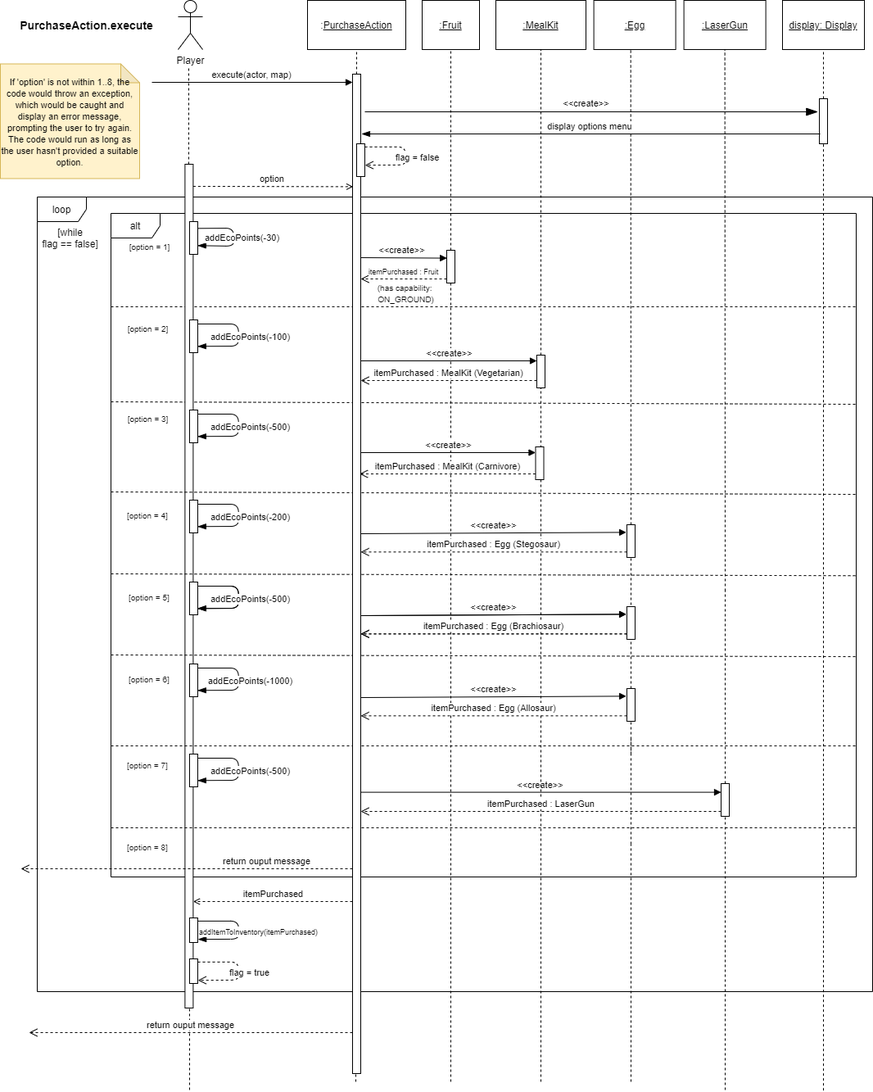
Earlier version of the draw.io export assignment_workings/PurchaseAction.execute.png (mltw/fit2099-jurassic-park-2021). Source tidied: cells renumbered, new cells last; positions are measured from the earlier drawing's top-left corner, leaving out a move shared by most shapes.
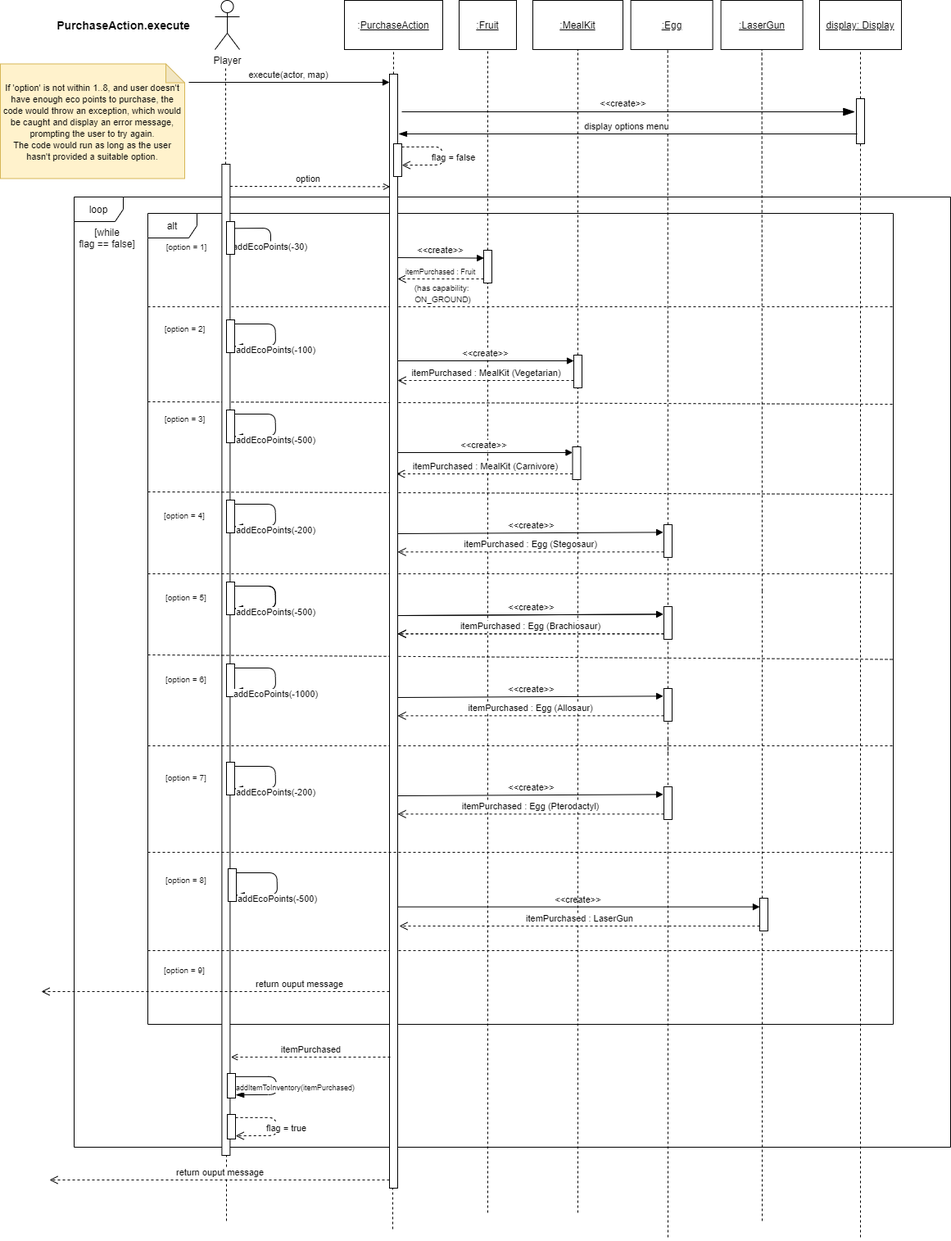
The same diagram one commit later.

Commit message:
update PurchaseAction.execute sequence diagram

What changed in the source:
```diff
@@ -3,10 +3,10 @@
     <mxCell id="0" />
     <mxCell id="1" parent="0" />
     <mxCell id="2" value="loop" style="shape=umlFrame;whiteSpace=wrap;html=1;" parent="1" vertex="1">
-      <mxGeometry x="45" y="240" width="1020" height="970" as="geometry" />
+      <mxGeometry x="45" y="240" width="1070" height="1160" as="geometry" />
     </mxCell>
     <mxCell id="3" value="alt" style="shape=umlFrame;whiteSpace=wrap;html=1;" parent="1" vertex="1">
-      <mxGeometry x="135" y="260" width="910" height="810" as="geometry" />
+      <mxGeometry x="135" y="260" width="910" height="990" as="geometry" />
     </mxCell>
     <mxCell id="4" value="Player" style="shape=umlActor;verticalLabelPosition=bottom;verticalAlign=top;html=1;" parent="1" vertex="1">
       <mxGeometry x="217" width="30" height="60" as="geometry" />
@@ -60,12 +60,12 @@
     </mxCell>
     <mxCell id="16" style="endArrow=none;dashed=1;html=1;" parent="1" edge="1" target="15">
       <mxGeometry relative="1" as="geometry">
-        <mxPoint x="550" y="1320" as="sourcePoint" />
+        <mxPoint x="550" y="1480" as="sourcePoint" />
       </mxGeometry>
     </mxCell>
     <mxCell id="17" style="endArrow=none;dashed=1;html=1;" parent="1" edge="1">
       <mxGeometry relative="1" as="geometry">
-        <mxPoint x="231" y="1330" as="sourcePoint" />
+        <mxPoint x="231" y="1490" as="sourcePoint" />
         <mxPoint x="231" y="1130" as="targetPoint" />
       </mxGeometry>
     </mxCell>
@@ -73,7 +73,7 @@
       <mxGeometry x="145" y="390" width="70" height="20" as="geometry" />
     </mxCell>
     <mxCell id="19" style="html=1;points=[];perimeter=orthogonalPerimeter;" parent="1" vertex="1">
-      <mxGeometry x="225.4" y="200" width="10" height="1030" as="geometry" />
+      <mxGeometry x="225.4" y="200" width="10" height="1210" as="geometry" />
     </mxCell>
     <mxCell id="20" style="endArrow=none;dashed=1;html=1;startArrow=none;" parent="1" edge="1" source="22" target="40">
       <mxGeometry relative="1" as="geometry" />
@@ -116,13 +116,14 @@
     </mxCell>
     <mxCell id="29" style="endArrow=none;dashed=1;html=1;" parent="1" edge="1">
       <mxGeometry relative="1" as="geometry">
-        <mxPoint x="135" y="1010" as="sourcePoint" />
-        <mxPoint x="1045" y="1010" as="targetPoint" />
+        <mxPoint x="135" y="1160" as="sourcePoint" />
+        <mxPoint x="1045" y="1160" as="targetPoint" />
       </mxGeometry>
     </mxCell>
-    <mxCell id="30" style="endArrow=none;dashed=1;html=1;entryX=1;entryY=0.546;entryDx=0;entryDy=0;entryPerimeter=0;" parent="1" edge="1" target="3">
+    <mxCell id="30" style="endArrow=none;dashed=1;html=1;" parent="1" edge="1">
       <mxGeometry relative="1" as="geometry">
         <mxPoint x="135" y="700" as="sourcePoint" />
+        <mxPoint x="1045" y="700" as="targetPoint" />
       </mxGeometry>
     </mxCell>
     <mxCell id="31" value="&lt;span style=&quot;color: rgb(0 , 0 , 0) ; font-family: &amp;#34;helvetica&amp;#34; ; font-size: 10px ; font-style: normal ; font-weight: 400 ; letter-spacing: normal ; text-align: center ; text-indent: 0px ; text-transform: none ; word-spacing: 0px ; background-color: rgb(255 , 255 , 255) ; display: inline ; float: none&quot;&gt;[option = 5]&lt;/span&gt;" style="text;whiteSpace=wrap;html=1;" parent="1" vertex="1">
@@ -140,12 +141,12 @@
     </mxCell>
     <mxCell id="34" value="&amp;lt;&amp;lt;create&amp;gt;&amp;gt;" style="html=1;verticalAlign=bottom;endArrow=block;" parent="1" edge="1" target="90">
       <mxGeometry relative="1" as="geometry">
-        <mxPoint x="438.1" y="966.6" as="sourcePoint" />
+        <mxPoint x="440.1" y="1106.6" as="sourcePoint" />
       </mxGeometry>
     </mxCell>
     <mxCell id="35" style="endArrow=none;dashed=1;html=1;" parent="1" edge="1">
       <mxGeometry relative="1" as="geometry">
-        <mxPoint x="434" y="1320" as="sourcePoint" />
+        <mxPoint x="434" y="1500" as="sourcePoint" />
         <mxPoint x="434" y="1140" as="targetPoint" />
       </mxGeometry>
     </mxCell>
@@ -163,7 +164,7 @@
     </mxCell>
     <mxCell id="39" style="endArrow=none;dashed=1;html=1;entryX=0.5;entryY=1;entryDx=0;entryDy=0;startArrow=none;" parent="1" edge="1">
       <mxGeometry relative="1" as="geometry">
-        <mxPoint x="770" y="1320" as="sourcePoint" />
+        <mxPoint x="770" y="1510" as="sourcePoint" />
         <mxPoint x="770" y="1030" as="targetPoint" />
       </mxGeometry>
     </mxCell>
@@ -172,7 +173,7 @@
     </mxCell>
     <mxCell id="41" style="endArrow=none;dashed=1;html=1;" parent="1" edge="1">
       <mxGeometry relative="1" as="geometry">
-        <mxPoint x="660" y="1320" as="sourcePoint" />
+        <mxPoint x="660" y="1480" as="sourcePoint" />
         <mxPoint x="660" y="560" as="targetPoint" />
       </mxGeometry>
     </mxCell>
@@ -318,7 +319,7 @@
         <mxPoint x="440" y="773.3" as="targetPoint" />
       </mxGeometry>
     </mxCell>
-    <mxCell id="71" style="endArrow=none;dashed=1;html=1;entryX=1.001;entryY=0.668;entryDx=0;entryDy=0;entryPerimeter=0;" parent="1" edge="1" target="3">
+    <mxCell id="71" style="endArrow=none;dashed=1;html=1;entryX=0.999;entryY=0.55;entryDx=0;entryDy=0;entryPerimeter=0;" parent="1" edge="1" target="3">
       <mxGeometry relative="1" as="geometry">
         <mxPoint x="135" y="799" as="sourcePoint" />
       </mxGeometry>
@@ -391,11 +392,11 @@
         <mxPoint x="770" y="920" as="sourcePoint" />
       </mxGeometry>
     </mxCell>
-    <mxCell id="86" value="&lt;span style=&quot;font-family: &amp;#34;helvetica&amp;#34; ; font-size: 10px ; text-align: center&quot;&gt;[option = 7]&lt;/span&gt;" style="text;whiteSpace=wrap;html=1;" parent="1" vertex="1">
-      <mxGeometry x="153" y="920" width="54" height="30" as="geometry" />
+    <mxCell id="86" value="&lt;span style=&quot;font-family: &amp;#34;helvetica&amp;#34; ; font-size: 10px ; text-align: center&quot;&gt;[option = 8]&lt;/span&gt;" style="text;whiteSpace=wrap;html=1;" parent="1" vertex="1">
+      <mxGeometry x="155" y="1060" width="54" height="30" as="geometry" />
     </mxCell>
     <mxCell id="87" style="group;" parent="1" vertex="1">
-      <mxGeometry x="231" y="920" width="60" height="40" as="geometry" />
+      <mxGeometry x="233" y="1060" width="60" height="40" as="geometry" />
     </mxCell>
     <mxCell id="88" style="html=1;points=[];perimeter=orthogonalPerimeter;" parent="87" vertex="1">
       <mxGeometry width="10" height="40" as="geometry" />
@@ -410,62 +411,24 @@
       </mxGeometry>
     </mxCell>
     <mxCell id="90" style="html=1;points=[];perimeter=orthogonalPerimeter;" parent="1" vertex="1">
-      <mxGeometry x="880" y="956" width="10" height="40" as="geometry" />
+      <mxGeometry x="882" y="1096" width="10" height="40" as="geometry" />
     </mxCell>
     <mxCell id="91" style="endArrow=none;dashed=1;html=1;startArrow=none;" parent="1" edge="1" target="90">
       <mxGeometry relative="1" as="geometry">
-        <mxPoint x="885" y="1330" as="sourcePoint" />
+        <mxPoint x="885" y="1490" as="sourcePoint" />
       </mxGeometry>
     </mxCell>
-    <mxCell id="92" value="itemPurchased : LaserGun" style="html=1;verticalAlign=bottom;endArrow=open;dashed=1;endSize=8;" parent="1" edge="1" target="107">
+    <mxCell id="92" value="itemPurchased : LaserGun" style="html=1;verticalAlign=bottom;endArrow=open;dashed=1;endSize=8;" parent="1" edge="1">
       <mxGeometry relative="1" as="geometry">
-        <mxPoint x="880" y="990" as="sourcePoint" />
+        <mxPoint x="882" y="1130" as="sourcePoint" />
+        <mxPoint x="442" y="1130" as="targetPoint" />
       </mxGeometry>
     </mxCell>
-    <mxCell id="93" value="&lt;span style=&quot;font-family: &amp;#34;helvetica&amp;#34; ; font-size: 10px ; text-align: center&quot;&gt;[option = 8]&lt;/span&gt;" style="text;whiteSpace=wrap;html=1;" parent="1" vertex="1">
-      <mxGeometry x="153" y="1020" width="54" height="30" as="geometry" />
+    <mxCell id="93" value="&lt;span style=&quot;font-family: &amp;#34;helvetica&amp;#34; ; font-size: 10px ; text-align: center&quot;&gt;[option = 9]&lt;/span&gt;" style="text;whiteSpace=wrap;html=1;" parent="1" vertex="1">
+      <mxGeometry x="153" y="1170" width="54" height="30" as="geometry" />
     </mxCell>
-    <mxCell id="94" style="group;" parent="1" vertex="1">
-      <mxGeometry x="231" y="1120" width="60" height="30" as="geometry" />
-    </mxCell>
-    <mxCell id="95" style="html=1;perimeter=orthogonalPerimeter;" parent="94" vertex="1">
-      <mxGeometry width="10" height="30" as="geometry" />
-    </mxCell>
-    <mxCell id="96" value="&lt;font style=&quot;font-size: 9px&quot;&gt;addItemToInventory(itemPurchased)&lt;/font&gt;" style="html=1;verticalAlign=bottom;endArrow=blockThin;endSize=8;entryX=0.983;entryY=0.807;entryDx=0;entryDy=0;entryPerimeter=0;endFill=1;" parent="94" edge="1">
-      <mxGeometry x="0.18" y="24" relative="1" as="geometry">
-        <mxPoint x="10" y="3.9" as="sourcePoint" />
-        <mxPoint x="10.2" y="26.1" as="targetPoint" />
-        <Array as="points">
-          <mxPoint x="60" y="3.9" />
-          <mxPoint x="60" y="25.9" />
-        </Array>
-        <mxPoint x="24" y="-24" as="offset" />
-      </mxGeometry>
-    </mxCell>
-    <mxCell id="97" style="group;" parent="1" vertex="1">
-      <mxGeometry x="231" y="1170" width="60" height="30" as="geometry" />
-    </mxCell>
-    <mxCell id="98" style="html=1;perimeter=orthogonalPerimeter;" parent="97" vertex="1">
-      <mxGeometry width="10" height="30" as="geometry" />
-    </mxCell>
-    <mxCell id="99" value="&lt;font style=&quot;font-size: 11px&quot;&gt;flag = true&lt;/font&gt;" style="html=1;verticalAlign=bottom;endArrow=open;endSize=8;entryX=0.983;entryY=0.807;entryDx=0;entryDy=0;entryPerimeter=0;endFill=0;dashed=1;" parent="97" edge="1">
-      <mxGeometry x="0.18" y="13" relative="1" as="geometry">
-        <mxPoint x="10" y="3.9" as="sourcePoint" />
-        <mxPoint x="10.2" y="26.1" as="targetPoint" />
-        <Array as="points">
-          <mxPoint x="60" y="3.9" />
-          <mxPoint x="60" y="25.9" />
-        </Array>
-        <mxPoint x="13" y="-13" as="offset" />
-      </mxGeometry>
-    </mxCell>
-    <mxCell id="100" value="itemPurchased" style="html=1;verticalAlign=bottom;endArrow=open;endFill=0;dashed=1;" parent="1" edge="1" target="19">
-      <mxGeometry relative="1" as="geometry">
-        <mxPoint x="430" y="1100" as="sourcePoint" />
-      </mxGeometry>
-    </mxCell>
-    <mxCell id="101" value="&lt;font style=&quot;font-size: 11px&quot;&gt;If 'option' is not within 1..8, the code would throw an exception, which would be caught and display an error message, prompting the user to try again.&lt;br&gt;The code would run as long as the user hasn't provided a suitable option.&lt;br&gt;&lt;/font&gt;" style="shape=note;whiteSpace=wrap;html=1;backgroundOutline=1;darkOpacity=0.05;fillColor=#fff2cc;strokeColor=#d6b656;size=23;" parent="1" vertex="1">
-      <mxGeometry y="77.5" width="170" height="140" as="geometry" />
+    <mxCell id="101" value="&lt;font style=&quot;font-size: 11px&quot;&gt;If 'option' is not within 1..8, and user doesn't have enough eco points to purchase, the code would throw an exception, which would be caught and display an error message, prompting the user to try again.&lt;br&gt;The code would run as long as the user hasn't provided a suitable option.&lt;br&gt;&lt;/font&gt;" style="shape=note;whiteSpace=wrap;html=1;backgroundOutline=1;darkOpacity=0.05;fillColor=#fff2cc;strokeColor=#d6b656;size=23;" parent="1" vertex="1">
+      <mxGeometry x="-45" y="77.5" width="225" height="140" as="geometry" />
     </mxCell>
     <mxCell id="102" value="&lt;font style=&quot;font-size: 10px&quot;&gt;(has capability: &lt;br&gt;ON_GROUND)&lt;/font&gt;" style="text;html=1;align=center;verticalAlign=middle;strokeColor=none;" parent="1" vertex="1">
       <mxGeometry x="455" y="342" width="80" height="30" as="geometry" />
@@ -481,11 +444,11 @@
     </mxCell>
     <mxCell id="106" style="endArrow=none;dashed=1;html=1;startArrow=none;" parent="1" edge="1" target="105">
       <mxGeometry relative="1" as="geometry">
-        <mxPoint x="1005" y="1330.7" as="sourcePoint" />
+        <mxPoint x="1005" y="1510" as="sourcePoint" />
       </mxGeometry>
     </mxCell>
     <mxCell id="107" style="html=1;points=[];perimeter=orthogonalPerimeter;" parent="1" vertex="1">
-      <mxGeometry x="430" y="90" width="10" height="1220" as="geometry" />
+      <mxGeometry x="430" y="90" width="10" height="1360" as="geometry" />
     </mxCell>
     <mxCell id="108" style="group;" parent="1" vertex="1">
       <mxGeometry x="435" y="175" width="60" height="40" as="geometry" />
@@ -506,8 +469,8 @@
     </mxCell>
     <mxCell id="111" value="return ouput message" style="html=1;verticalAlign=bottom;endArrow=open;dashed=1;endSize=8;" parent="1" edge="1">
       <mxGeometry relative="1" as="geometry">
-        <mxPoint x="430" y="1260" as="sourcePoint" />
-        <mxPoint x="35" y="1260" as="targetPoint" />
+        <mxPoint x="430" y="1440" as="sourcePoint" />
+        <mxPoint x="15" y="1440" as="targetPoint" />
       </mxGeometry>
     </mxCell>
     <mxCell id="112" value="&lt;span style=&quot;font-family: &amp;#34;helvetica&amp;#34;&quot;&gt;execute(actor, map&lt;/span&gt;&lt;span style=&quot;font-family: &amp;#34;helvetica&amp;#34;&quot;&gt;)&amp;nbsp;&lt;/span&gt;" style="html=1;verticalAlign=bottom;endArrow=block;" parent="1" edge="1">
@@ -530,9 +493,88 @@
     </mxCell>
     <mxCell id="115" value="return ouput message" style="html=1;verticalAlign=bottom;endArrow=open;dashed=1;endSize=8;" parent="1" edge="1">
       <mxGeometry x="-0.48" relative="1" as="geometry">
-        <mxPoint x="430" y="1060" as="sourcePoint" />
-        <mxPoint x="25" y="1060" as="targetPoint" />
+        <mxPoint x="430" y="1210" as="sourcePoint" />
+        <mxPoint x="5" y="1210" as="targetPoint" />
       </mxGeometry>
     </mxCell>
+    <mxCell id="116" style="group;" parent="1" vertex="1">
+      <mxGeometry x="232" y="1310" width="60" height="30" as="geometry" />
+    </mxCell>
+    <mxCell id="117" style="html=1;perimeter=orthogonalPerimeter;" parent="116" vertex="1">
+      <mxGeometry width="10" height="30" as="geometry" />
+    </mxCell>
+    <mxCell id="96" value="&lt;font style=&quot;font-size: 9px&quot;&gt;addItemToInventory(itemPurchased)&lt;/font&gt;" style="html=1;verticalAlign=bottom;endArrow=blockThin;endSize=8;entryX=0.983;entryY=0.807;entryDx=0;entryDy=0;entryPerimeter=0;endFill=1;" parent="116" edge="1">
+      <mxGeometry x="0.18" y="24" relative="1" as="geometry">
+        <mxPoint x="10" y="3.9" as="sourcePoint" />
+        <mxPoint x="10.2" y="26.1" as="targetPoint" />
+        <Array as="points">
+          <mxPoint x="60" y="3.9" />
+          <mxPoint x="60" y="25.9" />
+        </Array>
+        <mxPoint x="24" y="-24" as="offset" />
+      </mxGeometry>
+    </mxCell>
+    <mxCell id="118" style="group;" parent="1" vertex="1">
+      <mxGeometry x="232" y="1360" width="60" height="30" as="geometry" />
+    </mxCell>
+    <mxCell id="119" style="html=1;perimeter=orthogonalPerimeter;" parent="118" vertex="1">
+      <mxGeometry width="10" height="30" as="geometry" />
+    </mxCell>
+    <mxCell id="99" value="&lt;font style=&quot;font-size: 11px&quot;&gt;flag = true&lt;/font&gt;" style="html=1;verticalAlign=bottom;endArrow=open;endSize=8;entryX=0.983;entryY=0.807;entryDx=0;entryDy=0;entryPerimeter=0;endFill=0;dashed=1;" parent="118" edge="1">
+      <mxGeometry x="0.18" y="13" relative="1" as="geometry">
+        <mxPoint x="10" y="3.9" as="sourcePoint" />
+        <mxPoint x="10.2" y="26.1" as="targetPoint" />
+        <Array as="points">
+          <mxPoint x="60" y="3.9" />
+          <mxPoint x="60" y="25.9" />
+        </Array>
+        <mxPoint x="13" y="-13" as="offset" />
+      </mxGeometry>
+    </mxCell>
+    <mxCell id="100" value="itemPurchased" style="html=1;verticalAlign=bottom;endArrow=open;endFill=0;dashed=1;" parent="1" edge="1">
+      <mxGeometry relative="1" as="geometry">
+        <mxPoint x="431" y="1290" as="sourcePoint" />
+        <mxPoint x="236.4" y="1290" as="targetPoint" />
+      </mxGeometry>
+    </mxCell>
+    <mxCell id="120" style="endArrow=none;dashed=1;html=1;" parent="1" edge="1">
+      <mxGeometry relative="1" as="geometry">
+        <mxPoint x="135" y="1040" as="sourcePoint" />
+        <mxPoint x="1045" y="1040" as="targetPoint" />
+      </mxGeometry>
+    </mxCell>
+    <mxCell id="121" value="&lt;span style=&quot;color: rgb(0 , 0 , 0) ; font-family: &amp;#34;helvetica&amp;#34; ; font-size: 10px ; font-style: normal ; font-weight: 400 ; letter-spacing: normal ; text-align: center ; text-indent: 0px ; text-transform: none ; word-spacing: 0px ; background-color: rgb(255 , 255 , 255) ; display: inline ; float: none&quot;&gt;[option = 7]&lt;/span&gt;" style="text;whiteSpace=wrap;html=1;" parent="1" vertex="1">
+      <mxGeometry x="155" y="935" width="54" height="30" as="geometry" />
+    </mxCell>
+    <mxCell id="122" style="group;" parent="1" vertex="1">
+      <mxGeometry x="231" y="930" width="60" height="40" as="geometry" />
+    </mxCell>
+    <mxCell id="123" style="html=1;points=[];perimeter=orthogonalPerimeter;" parent="122" vertex="1">
+      <mxGeometry width="10" height="40" as="geometry" />
+    </mxCell>
+    <mxCell id="124" value="addEcoPoints(-200)" style="html=1;verticalAlign=bottom;endArrow=blockThin;endSize=8;entryX=0.983;entryY=0.807;entryDx=0;entryDy=0;entryPerimeter=0;endFill=1;" parent="122" edge="1" target="123">
+      <mxGeometry x="0.18" y="14" relative="1" as="geometry">
+        <mxPoint x="9.6" y="5" as="sourcePoint" />
+        <Array as="points">
+          <mxPoint x="59.6" y="5" />
+          <mxPoint x="60" y="32" />
+        </Array>
+      </mxGeometry>
+    </mxCell>
+    <mxCell id="125" value="&amp;lt;&amp;lt;create&amp;gt;&amp;gt;" style="html=1;verticalAlign=bottom;endArrow=block;entryX=-0.081;entryY=0.584;entryDx=0;entryDy=0;entryPerimeter=0;" parent="1" edge="1">
+      <mxGeometry relative="1" as="geometry">
+        <mxPoint x="440" y="971" as="sourcePoint" />
+        <mxPoint x="764.2" y="969.4" as="targetPoint" />
+      </mxGeometry>
+    </mxCell>
+    <mxCell id="126" value="itemPurchased : Egg (Pterodactyl)" style="html=1;verticalAlign=bottom;endArrow=open;dashed=1;endSize=8;" parent="1" edge="1">
+      <mxGeometry relative="1" as="geometry">
+        <mxPoint x="765" y="993.3" as="sourcePoint" />
+        <mxPoint x="440" y="993.3" as="targetPoint" />
+      </mxGeometry>
+    </mxCell>
+    <mxCell id="127" style="html=1;perimeter=orthogonalPerimeter;" parent="1" vertex="1">
+      <mxGeometry x="765" y="960" width="10" height="40" as="geometry" />
+    </mxCell>
   </root>
 </mxGraphModel>
```
